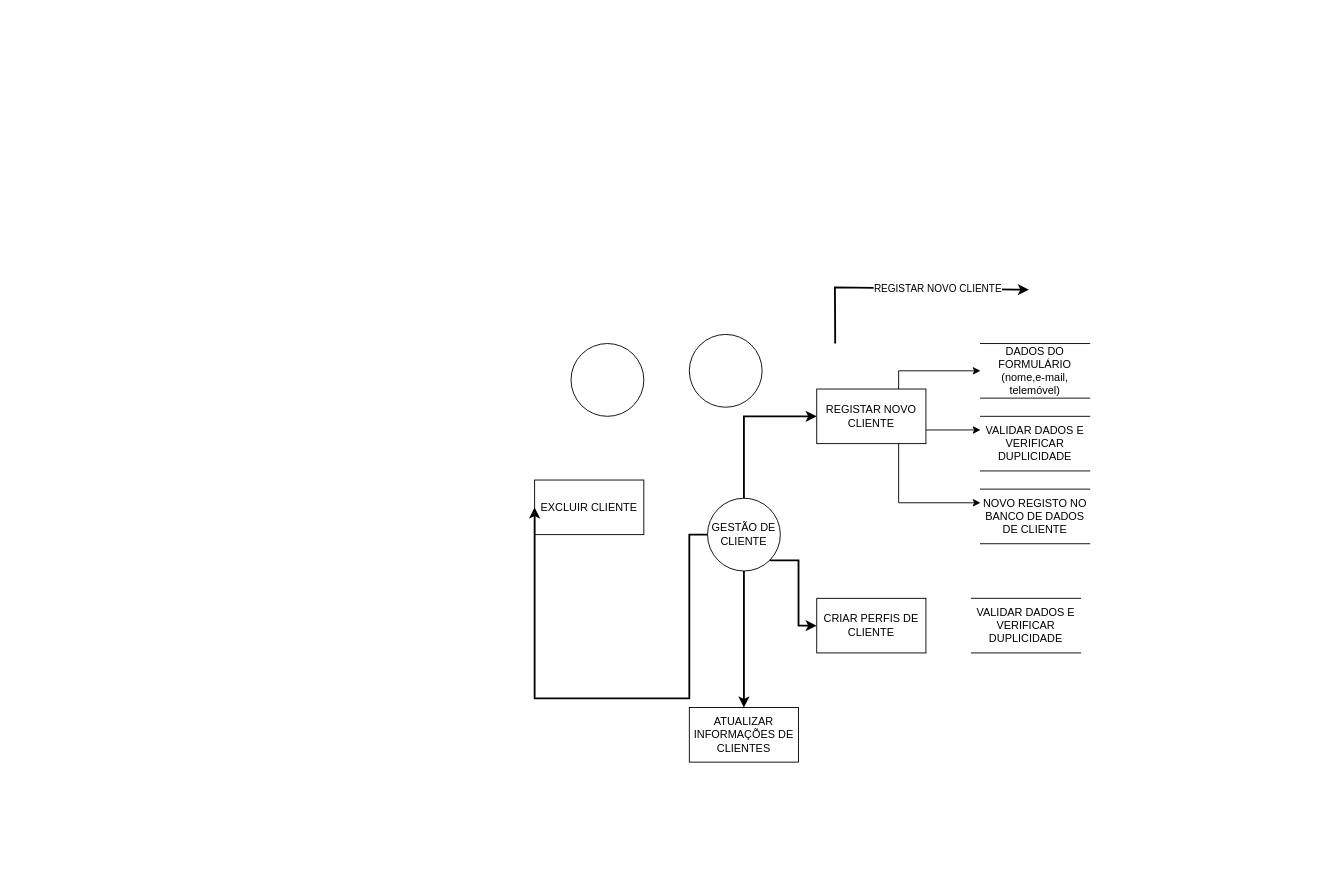
Before: diagramanivelinferior.drawio in nhertzel/Diagramas, a draw.io diagram. Source tidied: cells renumbered, new cells numbered last; positions are measured from the earlier drawing's top-left corner, leaving out a move shared by most shapes. Both pictures are drawn from the tidied source at 91%, with x=0, y=0 at pixel (534, 287).
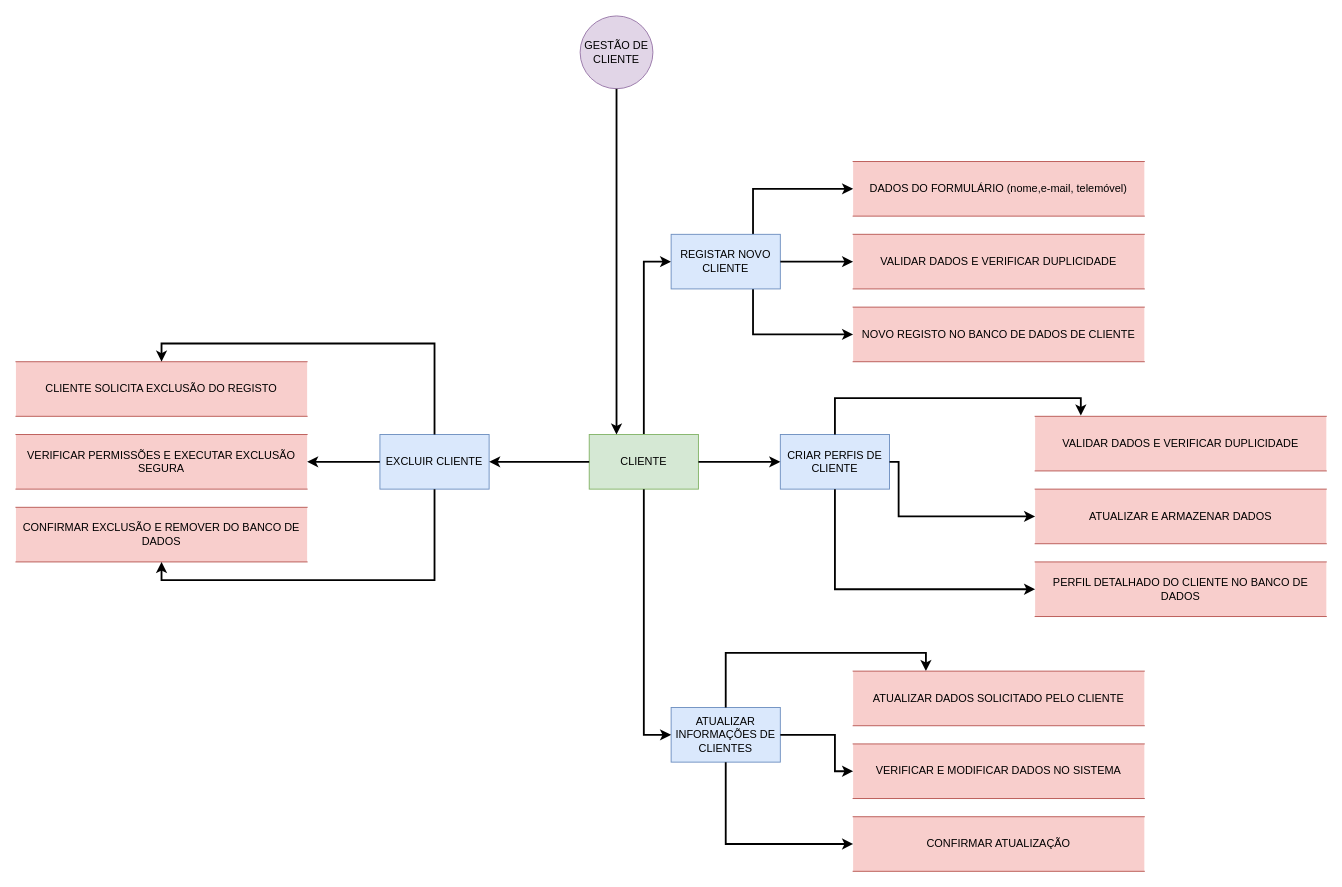
The same page after the edit.

What changed in the source:
```diff
@@
-    <mxCell id="2" style="edgeStyle=orthogonalEdgeStyle;rounded=0;jettySize=auto;html=1;strokeWidth=2;exitX=0.5;exitY=0;exitDx=0;exitDy=0;entryX=0;entryY=0.5;entryDx=0;entryDy=0;" parent="1" edge="1" source="3" target="11">
-      <mxGeometry relative="1" as="geometry">
-        <Array as="points">
-          <mxPoint x="230" y="142" />
-        </Array>
-      </mxGeometry>
-    </mxCell>
-    <mxCell id="3" value="GESTÃO DE CLIENTE" style="ellipse;whiteSpace=wrap;html=1;" parent="1" vertex="1">
-      <mxGeometry x="190" y="232" width="80" height="80" as="geometry" />
-    </mxCell>
-    <mxCell id="4" value="ATUALIZAR INFORMAÇÕES DE CLIENTES" style="rounded=0;whiteSpace=wrap;html=1;" parent="1" vertex="1">
-      <mxGeometry x="170" y="462" width="120" height="60" as="geometry" />
+    <mxCell id="4" value="ATUALIZAR INFORMAÇÕES DE CLIENTES" style="rounded=0;whiteSpace=wrap;html=1;fillColor=#dae8fc;strokeColor=#6c8ebf;" parent="1" vertex="1">
+      <mxGeometry x="150" y="462" width="120" height="60" as="geometry" />
     </mxCell>
-    <mxCell id="5" style="ellipse;whiteSpace=wrap;html=1;" parent="1" vertex="1">
-      <mxGeometry x="170" y="52" width="80" height="80" as="geometry" />
-    </mxCell>
-    <mxCell id="6" value="CRIAR PERFIS DE CLIENTE" style="rounded=0;whiteSpace=wrap;html=1;" parent="1" vertex="1">
-      <mxGeometry x="310" y="342" width="120" height="60" as="geometry" />
+    <mxCell id="6" value="CRIAR PERFIS DE CLIENTE" style="rounded=0;whiteSpace=wrap;html=1;fillColor=#dae8fc;strokeColor=#6c8ebf;" parent="1" vertex="1">
+      <mxGeometry x="270" y="162" width="120" height="60" as="geometry" />
     </mxCell>
-    <mxCell id="7" style="ellipse;whiteSpace=wrap;html=1;" parent="1" vertex="1">
-      <mxGeometry x="40" y="62" width="80" height="80" as="geometry" />
-    </mxCell>
-    <mxCell id="8" style="edgeStyle=orthogonalEdgeStyle;rounded=0;jettySize=auto;html=1;entryX=0;entryY=0.25;entryDx=0;entryDy=0;exitX=1;exitY=0.75;exitDx=0;exitDy=0;" parent="1" edge="1" source="11" target="19">
-      <mxGeometry relative="1" as="geometry" />
-    </mxCell>
-    <mxCell id="9" style="edgeStyle=orthogonalEdgeStyle;rounded=0;jettySize=auto;html=1;entryX=0;entryY=0.5;entryDx=0;entryDy=0;exitX=0.75;exitY=0;exitDx=0;exitDy=0;" parent="1" edge="1" source="11" target="18">
-      <mxGeometry relative="1" as="geometry" />
-    </mxCell>
-    <mxCell id="10" style="edgeStyle=orthogonalEdgeStyle;rounded=0;jettySize=auto;html=1;entryX=0;entryY=0.25;entryDx=0;entryDy=0;exitX=0.75;exitY=1;exitDx=0;exitDy=0;" parent="1" edge="1" source="11" target="20">
-      <mxGeometry relative="1" as="geometry" />
-    </mxCell>
-    <mxCell id="11" value="REGISTAR NOVO CLIENTE" style="rounded=0;whiteSpace=wrap;html=1;" parent="1" vertex="1">
-      <mxGeometry x="310" y="112" width="120" height="60" as="geometry" />
-    </mxCell>
-    <mxCell id="12" style="endArrow=classic;html=1;rounded=0;strokeWidth=2;exitX=1;exitY=0;exitDx=0;exitDy=0;entryX=0.01;entryY=0.377;entryDx=0;entryDy=0;entryPerimeter=0;" parent="1" edge="1">
-      <mxGeometry relative="1" as="geometry">
-        <mxPoint x="330.3" y="62" as="sourcePoint" />
-        <mxPoint x="543.2" y="2.9" as="targetPoint" />
-        <Array as="points">
-          <mxPoint x="330" y="0.3" />
-        </Array>
-      </mxGeometry>
-    </mxCell>
-    <mxCell id="13" value="REGISTAR NOVO CLIENTE" style="edgeLabel;html=1;align=center;verticalAlign=middle;" parent="12" vertex="1">
-      <mxGeometry relative="1" as="geometry">
-        <mxPoint x="37" as="offset" />
-      </mxGeometry>
-    </mxCell>
-    <mxCell id="14" style="edgeStyle=orthogonalEdgeStyle;rounded=0;jettySize=auto;html=1;entryX=0;entryY=0.5;entryDx=0;entryDy=0;strokeWidth=2;exitX=1;exitY=1;exitDx=0;exitDy=0;" parent="1" edge="1" source="3" target="6">
+    <mxCell id="14" style="edgeStyle=orthogonalEdgeStyle;rounded=0;jettySize=auto;html=1;entryX=0;entryY=0.5;entryDx=0;entryDy=0;strokeWidth=2;exitX=0.75;exitY=0;exitDx=0;exitDy=0;" parent="1" edge="1" source="24" target="18">
       <mxGeometry relative="1" as="geometry" />
     </mxCell>
-    <mxCell id="15" style="edgeStyle=orthogonalEdgeStyle;rounded=0;jettySize=auto;html=1;strokeWidth=2;exitX=0.5;exitY=1;exitDx=0;exitDy=0;entryX=0.5;entryY=0;entryDx=0;entryDy=0;" parent="1" edge="1" source="3" target="4">
+    <mxCell id="15" style="edgeStyle=orthogonalEdgeStyle;rounded=0;jettySize=auto;html=1;strokeWidth=2;exitX=0.75;exitY=1;exitDx=0;exitDy=0;entryX=0;entryY=0.5;entryDx=0;entryDy=0;" parent="1" edge="1" source="24" target="20">
       <mxGeometry relative="1" as="geometry" />
     </mxCell>
-    <mxCell id="16" value="EXCLUIR CLIENTE" style="rounded=0;whiteSpace=wrap;html=1;" parent="1" vertex="1">
-      <mxGeometry y="212" width="120" height="60" as="geometry" />
+    <mxCell id="16" value="EXCLUIR CLIENTE" style="rounded=0;whiteSpace=wrap;html=1;fillColor=#dae8fc;strokeColor=#6c8ebf;" parent="1" vertex="1">
+      <mxGeometry x="-170" y="162" width="120" height="60" as="geometry" />
     </mxCell>
-    <mxCell id="17" style="edgeStyle=orthogonalEdgeStyle;rounded=0;jettySize=auto;html=1;entryX=0;entryY=0.5;entryDx=0;entryDy=0;strokeWidth=2;exitX=0;exitY=0.5;exitDx=0;exitDy=0;" parent="1" edge="1" source="3" target="16">
+    <mxCell id="17" style="edgeStyle=orthogonalEdgeStyle;rounded=0;jettySize=auto;html=1;strokeWidth=2;exitX=0.5;exitY=0;exitDx=0;exitDy=0;entryX=0;entryY=0.5;entryDx=0;entryDy=0;" parent="1" edge="1" source="22" target="24">
       <mxGeometry relative="1" as="geometry">
         <Array as="points">
-          <mxPoint x="170" y="272" />
-          <mxPoint x="170" y="452" />
+          <mxPoint x="120" y="-28" />
         </Array>
       </mxGeometry>
     </mxCell>
-    <mxCell id="18" value="DADOS DO FORMULÁRIO (nome,e-mail, telemóvel)" style="shape=partialRectangle;whiteSpace=wrap;html=1;left=0;right=0;fillColor=none;" parent="1" vertex="1">
-      <mxGeometry x="490" y="62" width="120" height="60" as="geometry" />
+    <mxCell id="18" value="DADOS DO FORMULÁRIO (nome,e-mail, telemóvel)" style="shape=partialRectangle;whiteSpace=wrap;html=1;left=0;right=0;fillColor=#f8cecc;strokeColor=#b85450;" parent="1" vertex="1">
+      <mxGeometry x="350" y="-138" width="320" height="60" as="geometry" />
     </mxCell>
-    <mxCell id="19" value="VALIDAR DADOS E VERIFICAR DUPLICIDADE" style="shape=partialRectangle;whiteSpace=wrap;html=1;left=0;right=0;fillColor=none;" parent="1" vertex="1">
-      <mxGeometry x="490" y="142" width="120" height="60" as="geometry" />
+    <mxCell id="19" value="VALIDAR DADOS E VERIFICAR DUPLICIDADE" style="shape=partialRectangle;whiteSpace=wrap;html=1;left=0;right=0;fillColor=#f8cecc;strokeColor=#b85450;" parent="1" vertex="1">
+      <mxGeometry x="350" y="-58" width="320" height="60" as="geometry" />
     </mxCell>
-    <mxCell id="20" value="NOVO REGISTO NO BANCO DE DADOS DE CLIENTE" style="shape=partialRectangle;whiteSpace=wrap;html=1;left=0;right=0;fillColor=none;" parent="1" vertex="1">
-      <mxGeometry x="490" y="222" width="120" height="60" as="geometry" />
+    <mxCell id="20" value="NOVO REGISTO NO BANCO DE DADOS DE CLIENTE" style="shape=partialRectangle;whiteSpace=wrap;html=1;left=0;right=0;fillColor=#f8cecc;strokeColor=#b85450;" parent="1" vertex="1">
+      <mxGeometry x="350" y="22" width="320" height="60" as="geometry" />
     </mxCell>
-    <mxCell id="21" value="VALIDAR DADOS E VERIFICAR DUPLICIDADE" style="shape=partialRectangle;whiteSpace=wrap;html=1;left=0;right=0;fillColor=none;" parent="1" vertex="1">
-      <mxGeometry x="480" y="342" width="120" height="60" as="geometry" />
+    <mxCell id="21" value="VALIDAR DADOS E VERIFICAR DUPLICIDADE" style="shape=partialRectangle;whiteSpace=wrap;html=1;left=0;right=0;fillColor=#f8cecc;strokeColor=#b85450;" parent="1" vertex="1">
+      <mxGeometry x="550" y="142" width="320" height="60" as="geometry" />
     </mxCell>
+    <mxCell id="3" value="GESTÃO DE CLIENTE" style="ellipse;whiteSpace=wrap;html=1;fillColor=#e1d5e7;strokeColor=#9673a6;" parent="1" vertex="1">
+      <mxGeometry x="50" y="-298" width="80" height="80" as="geometry" />
+    </mxCell>
+    <mxCell id="22" value="CLIENTE" style="rounded=0;whiteSpace=wrap;html=1;fillColor=#d5e8d4;strokeColor=#82b366;" parent="1" vertex="1">
+      <mxGeometry x="60" y="162" width="120" height="60" as="geometry" />
+    </mxCell>
+    <mxCell id="23" style="edgeStyle=orthogonalEdgeStyle;rounded=0;jettySize=auto;html=1;strokeWidth=2;exitX=0.5;exitY=1;exitDx=0;exitDy=0;entryX=0.25;entryY=0;entryDx=0;entryDy=0;" parent="1" edge="1" source="3" target="22">
+      <mxGeometry relative="1" as="geometry" />
+    </mxCell>
+    <mxCell id="24" value="REGISTAR NOVO CLIENTE" style="rounded=0;whiteSpace=wrap;html=1;fillColor=#dae8fc;strokeColor=#6c8ebf;" parent="1" vertex="1">
+      <mxGeometry x="150" y="-58" width="120" height="60" as="geometry" />
+    </mxCell>
+    <mxCell id="25" style="edgeStyle=orthogonalEdgeStyle;rounded=0;jettySize=auto;html=1;strokeWidth=2;exitX=1;exitY=0.5;exitDx=0;exitDy=0;entryX=0;entryY=0.5;entryDx=0;entryDy=0;" parent="1" edge="1" source="22" target="6">
+      <mxGeometry relative="1" as="geometry">
+        <Array as="points">
+          <mxPoint x="230" y="192" />
+          <mxPoint x="230" y="192" />
+        </Array>
+      </mxGeometry>
+    </mxCell>
+    <mxCell id="26" style="edgeStyle=orthogonalEdgeStyle;rounded=0;jettySize=auto;html=1;strokeWidth=2;exitX=0.5;exitY=0;exitDx=0;exitDy=0;entryX=0.157;entryY=-0.013;entryDx=0;entryDy=0;entryPerimeter=0;" parent="1" edge="1" source="6" target="21">
+      <mxGeometry relative="1" as="geometry">
+        <Array as="points">
+          <mxPoint x="330" y="122" />
+          <mxPoint x="600" y="122" />
+        </Array>
+      </mxGeometry>
+    </mxCell>
+    <mxCell id="27" value="ATUALIZAR E ARMAZENAR DADOS" style="shape=partialRectangle;whiteSpace=wrap;html=1;left=0;right=0;fillColor=#f8cecc;strokeColor=#b85450;" parent="1" vertex="1">
+      <mxGeometry x="550" y="222" width="320" height="60" as="geometry" />
+    </mxCell>
+    <mxCell id="28" style="edgeStyle=orthogonalEdgeStyle;rounded=0;jettySize=auto;html=1;strokeWidth=2;exitX=1;exitY=0.5;exitDx=0;exitDy=0;entryX=0;entryY=0.5;entryDx=0;entryDy=0;" parent="1" edge="1" source="6" target="27">
+      <mxGeometry relative="1" as="geometry">
+        <Array as="points">
+          <mxPoint x="400" y="192" />
+          <mxPoint x="400" y="252" />
+        </Array>
+      </mxGeometry>
+    </mxCell>
+    <mxCell id="29" style="edgeStyle=orthogonalEdgeStyle;rounded=0;jettySize=auto;html=1;strokeWidth=2;entryX=0;entryY=0.5;entryDx=0;entryDy=0;exitX=0.5;exitY=1;exitDx=0;exitDy=0;" parent="1" edge="1" source="6" target="30">
+      <mxGeometry relative="1" as="geometry">
+        <Array as="points">
+          <mxPoint x="330" y="332" />
+        </Array>
+      </mxGeometry>
+    </mxCell>
+    <mxCell id="30" value="PERFIL DETALHADO DO CLIENTE NO BANCO DE DADOS" style="shape=partialRectangle;whiteSpace=wrap;html=1;left=0;right=0;fillColor=#f8cecc;strokeColor=#b85450;" parent="1" vertex="1">
+      <mxGeometry x="550" y="302" width="320" height="60" as="geometry" />
+    </mxCell>
+    <mxCell id="31" style="edgeStyle=orthogonalEdgeStyle;rounded=0;jettySize=auto;html=1;strokeWidth=2;exitX=0.5;exitY=1;exitDx=0;exitDy=0;entryX=0;entryY=0.5;entryDx=0;entryDy=0;" parent="1" edge="1" source="22" target="4">
+      <mxGeometry relative="1" as="geometry">
+        <Array as="points">
+          <mxPoint x="120" y="492" />
+        </Array>
+      </mxGeometry>
+    </mxCell>
+    <mxCell id="32" style="edgeStyle=orthogonalEdgeStyle;rounded=0;jettySize=auto;html=1;strokeWidth=2;exitX=0.5;exitY=0;exitDx=0;exitDy=0;entryX=0.25;entryY=0;entryDx=0;entryDy=0;" parent="1" edge="1" source="4" target="33">
+      <mxGeometry relative="1" as="geometry">
+        <Array as="points">
+          <mxPoint x="210" y="402" />
+          <mxPoint x="430" y="402" />
+        </Array>
+      </mxGeometry>
+    </mxCell>
+    <mxCell id="33" value="ATUALIZAR DADOS SOLICITADO PELO CLIENTE" style="shape=partialRectangle;whiteSpace=wrap;html=1;left=0;right=0;fillColor=#f8cecc;strokeColor=#b85450;" parent="1" vertex="1">
+      <mxGeometry x="350" y="422" width="320" height="60" as="geometry" />
+    </mxCell>
+    <mxCell id="34" value="VERIFICAR E MODIFICAR DADOS NO SISTEMA" style="shape=partialRectangle;whiteSpace=wrap;html=1;left=0;right=0;fillColor=#f8cecc;strokeColor=#b85450;" parent="1" vertex="1">
+      <mxGeometry x="350" y="502" width="320" height="60" as="geometry" />
+    </mxCell>
+    <mxCell id="35" value="CONFIRMAR ATUALIZAÇÃO" style="shape=partialRectangle;whiteSpace=wrap;html=1;left=0;right=0;fillColor=#f8cecc;strokeColor=#b85450;" parent="1" vertex="1">
+      <mxGeometry x="350" y="582" width="320" height="60" as="geometry" />
+    </mxCell>
+    <mxCell id="36" style="edgeStyle=orthogonalEdgeStyle;rounded=0;jettySize=auto;html=1;strokeWidth=2;entryX=0;entryY=0.5;entryDx=0;entryDy=0;exitX=1;exitY=0.5;exitDx=0;exitDy=0;" parent="1" edge="1" source="4" target="34">
+      <mxGeometry relative="1" as="geometry">
+        <Array as="points">
+          <mxPoint x="330" y="492" />
+          <mxPoint x="330" y="532" />
+        </Array>
+      </mxGeometry>
+    </mxCell>
+    <mxCell id="37" style="edgeStyle=orthogonalEdgeStyle;rounded=0;jettySize=auto;html=1;strokeWidth=2;exitX=0.5;exitY=1;exitDx=0;exitDy=0;entryX=0;entryY=0.5;entryDx=0;entryDy=0;" parent="1" edge="1" source="4" target="35">
+      <mxGeometry relative="1" as="geometry">
+        <Array as="points">
+          <mxPoint x="210" y="612" />
+        </Array>
+      </mxGeometry>
+    </mxCell>
+    <mxCell id="38" style="edgeStyle=orthogonalEdgeStyle;rounded=0;jettySize=auto;html=1;strokeWidth=2;exitX=0;exitY=0.5;exitDx=0;exitDy=0;entryX=1;entryY=0.5;entryDx=0;entryDy=0;" parent="1" edge="1" source="22" target="16">
+      <mxGeometry relative="1" as="geometry">
+        <Array as="points">
+          <mxPoint x="10" y="192" />
+          <mxPoint x="10" y="192" />
+        </Array>
+      </mxGeometry>
+    </mxCell>
+    <mxCell id="39" value="CLIENTE SOLICITA EXCLUSÃO DO REGISTO" style="shape=partialRectangle;whiteSpace=wrap;html=1;left=0;right=0;fillColor=#f8cecc;strokeColor=#b85450;" parent="1" vertex="1">
+      <mxGeometry x="-570" y="82" width="320" height="60" as="geometry" />
+    </mxCell>
+    <mxCell id="40" value="VERIFICAR PERMISSÕES E EXECUTAR EXCLUSÃO SEGURA" style="shape=partialRectangle;whiteSpace=wrap;html=1;left=0;right=0;fillColor=#f8cecc;strokeColor=#b85450;" parent="1" vertex="1">
+      <mxGeometry x="-570" y="162" width="320" height="60" as="geometry" />
+    </mxCell>
+    <mxCell id="41" value="CONFIRMAR EXCLUSÃO E REMOVER DO BANCO DE DADOS" style="shape=partialRectangle;whiteSpace=wrap;html=1;left=0;right=0;fillColor=#f8cecc;strokeColor=#b85450;" parent="1" vertex="1">
+      <mxGeometry x="-570" y="242" width="320" height="60" as="geometry" />
+    </mxCell>
+    <mxCell id="42" style="edgeStyle=orthogonalEdgeStyle;rounded=0;jettySize=auto;html=1;entryX=0;entryY=0.5;entryDx=0;entryDy=0;strokeWidth=2;exitX=1;exitY=0.5;exitDx=0;exitDy=0;" parent="1" edge="1" source="24" target="19">
+      <mxGeometry relative="1" as="geometry" />
+    </mxCell>
+    <mxCell id="43" style="edgeStyle=orthogonalEdgeStyle;rounded=0;jettySize=auto;html=1;entryX=1;entryY=0.5;entryDx=0;entryDy=0;strokeWidth=2;exitX=0;exitY=0.5;exitDx=0;exitDy=0;" parent="1" edge="1" source="16" target="40">
+      <mxGeometry relative="1" as="geometry" />
+    </mxCell>
+    <mxCell id="44" style="edgeStyle=orthogonalEdgeStyle;rounded=0;jettySize=auto;html=1;entryX=0.5;entryY=0;entryDx=0;entryDy=0;strokeWidth=2;exitX=0.5;exitY=0;exitDx=0;exitDy=0;" parent="1" edge="1" source="16" target="39">
+      <mxGeometry relative="1" as="geometry" />
+    </mxCell>
+    <mxCell id="45" style="edgeStyle=orthogonalEdgeStyle;rounded=0;jettySize=auto;html=1;strokeWidth=2;exitX=0.5;exitY=1;exitDx=0;exitDy=0;entryX=0.5;entryY=1;entryDx=0;entryDy=0;" parent="1" edge="1" source="16" target="41">
+      <mxGeometry relative="1" as="geometry" />
+    </mxCell>
```
